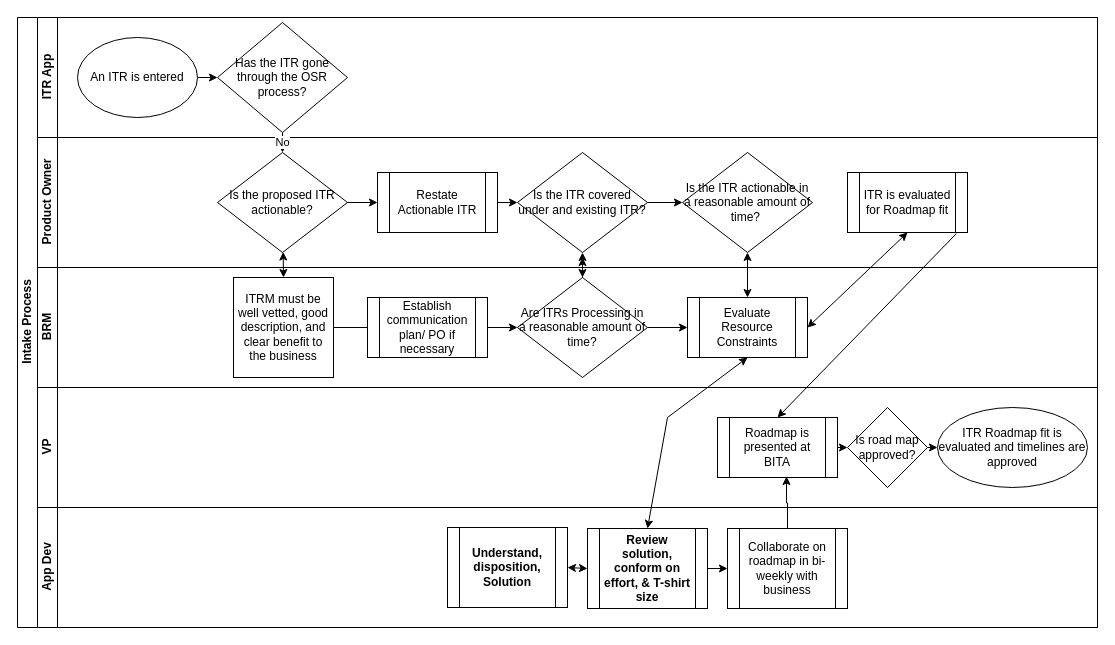
Before: Intake.drawio in RustyTruck/plc4trucksduck, a draw.io diagram. Source tidied: cells renumbered, new cells numbered last; positions are measured from the earlier drawing's top-left corner, leaving out a move shared by most shapes. Both pictures are drawn from the tidied source at 100%, with x=0, y=0 at pixel (17, 17).
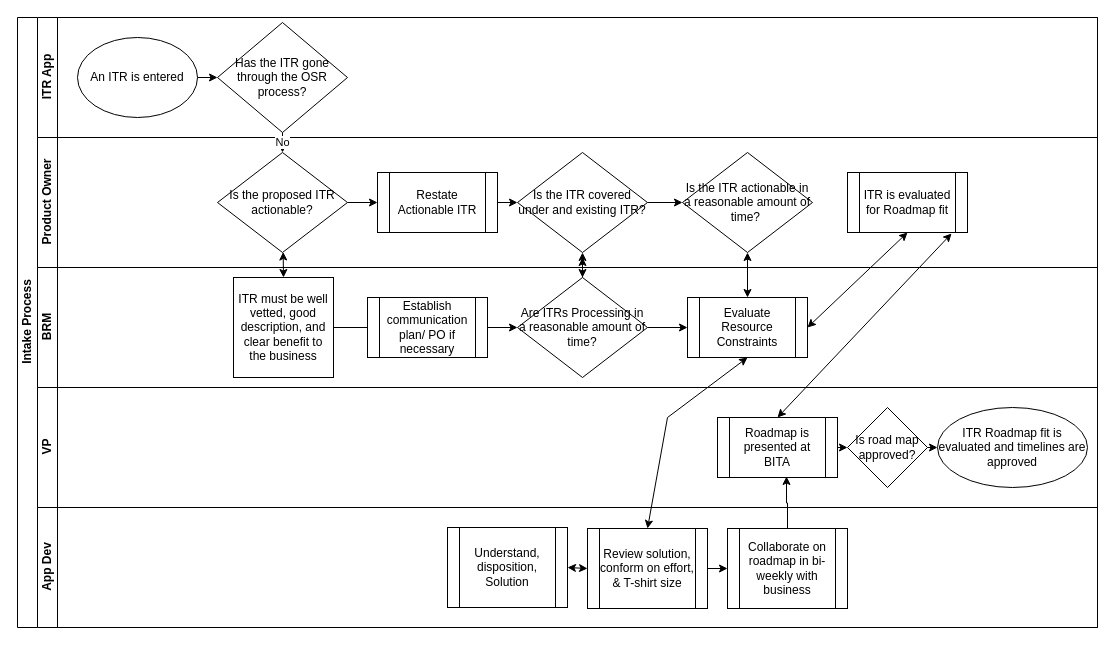
The same diagram, later.

The change refers to these unchanged cells:
```xml
<mxCell id="2" value="Intake Process" style="swimlane;html=1;horizontal=0;startSize=20;" parent="1" vertex="1">
  <mxGeometry width="1080" height="610" as="geometry" />
</mxCell>
<mxCell id="15" value="ITR is evaluated for Roadmap fit" style="shape=process;whiteSpace=wrap;html=1;backgroundOutline=1;" parent="7" vertex="1">
  <mxGeometry x="810" y="35" width="120" height="60" as="geometry" />
</mxCell>
<mxCell id="16" value="BRM" style="swimlane;html=1;startSize=20;horizontal=0;" parent="2" vertex="1">
  <mxGeometry x="20" y="250" width="1060" height="120" as="geometry" />
</mxCell>
<mxCell id="26" value="Roadmap is presented at BITA" style="shape=process;whiteSpace=wrap;html=1;backgroundOutline=1;" parent="23" vertex="1">
  <mxGeometry x="680" y="30" width="120" height="60" as="geometry" />
</mxCell>
<mxCell id="29" value="App Dev" style="swimlane;html=1;startSize=20;horizontal=0;" parent="2" vertex="1">
  <mxGeometry x="20" y="490" width="1060" height="120" as="geometry" />
</mxCell>
```

The edit, as a diff of the source:
```diff
@@
-    <mxCell id="18" value="ITRM must be well vetted, good description, and clear benefit to the business" style="whiteSpace=wrap;html=1;" parent="16" vertex="1">
+    <mxCell id="18" value="ITR must be well vetted, good description, and clear benefit to the business" style="whiteSpace=wrap;html=1;" parent="16" vertex="1">
       <mxGeometry x="196" y="10" width="100" height="100" as="geometry" />
     </mxCell>
@@
-    <mxCell id="31" value="Review solution, conform on effort, &amp;amp; T-shirt size" style="shape=process;whiteSpace=wrap;html=1;backgroundOutline=1;fontStyle=1;" parent="29" vertex="1">
+    <mxCell id="31" value="&lt;span style=&quot;font-weight: normal&quot;&gt;Review solution, conform on effort, &amp;amp; T-shirt size&lt;/span&gt;" style="shape=process;whiteSpace=wrap;html=1;backgroundOutline=1;fontStyle=1;" parent="29" vertex="1">
       <mxGeometry x="550" y="21" width="120" height="80" as="geometry" />
     </mxCell>
@@
-    <mxCell id="33" value="Understand, disposition, Solution" style="shape=process;whiteSpace=wrap;html=1;backgroundOutline=1;fontStyle=1;" parent="29" vertex="1">
+    <mxCell id="33" value="&lt;span style=&quot;font-weight: normal&quot;&gt;Understand, disposition, Solution&lt;/span&gt;" style="shape=process;whiteSpace=wrap;html=1;backgroundOutline=1;fontStyle=1;" parent="29" vertex="1">
       <mxGeometry x="410" y="20" width="120" height="80" as="geometry" />
     </mxCell>
@@
-    <mxCell id="42" style="endArrow=classic;html=1;rounded=0;entryX=0.5;entryY=0;entryDx=0;entryDy=0;exitX=0.908;exitY=1.017;exitDx=0;exitDy=0;exitPerimeter=0;" parent="2" edge="1" source="15" target="26">
-      <mxGeometry relative="1" as="geometry" />
-    </mxCell>
@@
+    <mxCell id="44" style="endArrow=classic;startArrow=classic;html=1;rounded=0;entryX=0.867;entryY=1.017;entryDx=0;entryDy=0;entryPerimeter=0;" parent="1" edge="1" target="15">
+      <mxGeometry relative="1" as="geometry">
+        <mxPoint x="760" y="400" as="sourcePoint" />
+      </mxGeometry>
+    </mxCell>
```
